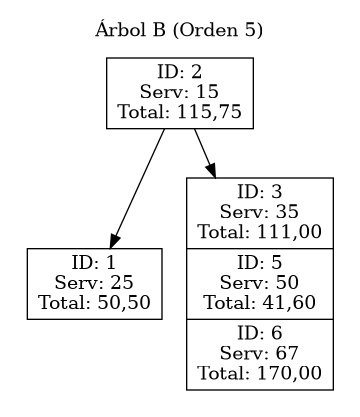
Above: Proyecto-Fase 2/Reportes/B.png in Rodrigo-1504/-EDD-1S2025_202202854 (Graphviz), before the change. Its source is kept beside it as Proyecto-Fase 2/Reportes/B.dot.
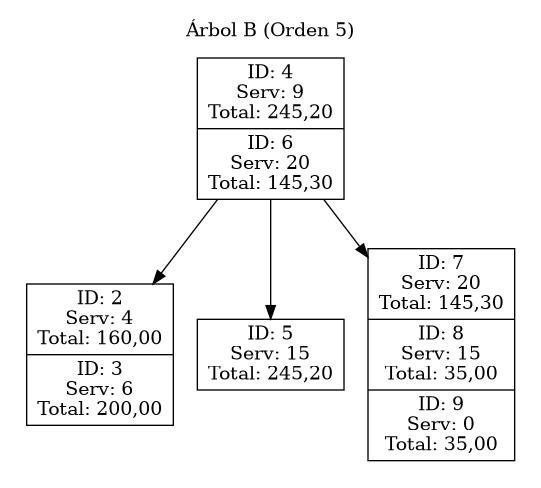
Above is the later version.

What changed in the source:
```diff
@@ -3,10 +3,12 @@
 	graph[pencolor=transparent];
 	subgraph cluster_0{
 		label = "Árbol B (Orden 5)";
-	"node0" [label = "{ID: 2\nServ: 15\nTotal: 115,75}"];
-	"node1" [label = "{ID: 1\nServ: 25\nTotal: 50,50}"];
+	"node0" [label = "{ID: 4\nServ: 9\nTotal: 245,20|ID: 6\nServ: 20\nTotal: 145,30}"];
+	"node1" [label = "{ID: 2\nServ: 4\nTotal: 160,00|ID: 3\nServ: 6\nTotal: 200,00}"];
 	"node0" -> "node1";
-	"node2" [label = "{ID: 3\nServ: 35\nTotal: 111,00|ID: 5\nServ: 50\nTotal: 41,60|ID: 6\nServ: 67\nTotal: 170,00}"];
+	"node2" [label = "{ID: 5\nServ: 15\nTotal: 245,20}"];
 	"node0" -> "node2";
+	"node3" [label = "{ID: 7\nServ: 20\nTotal: 145,30|ID: 8\nServ: 15\nTotal: 35,00|ID: 9\nServ: 0\nTotal: 35,00}"];
+	"node0" -> "node3";
 	}
 }
```
